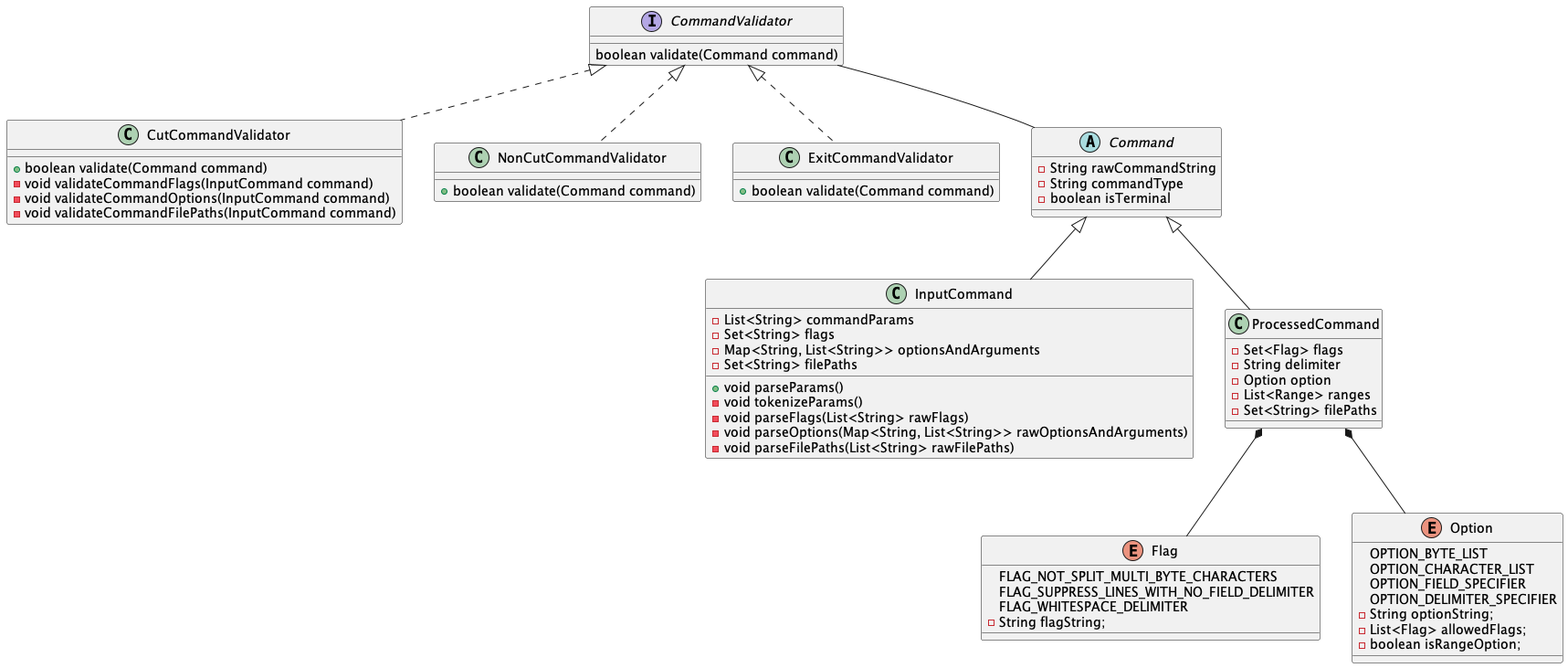
The PlantUML diagram uml/Validator.png in nagendar-pm/cut-command-line-tool, before a commit.
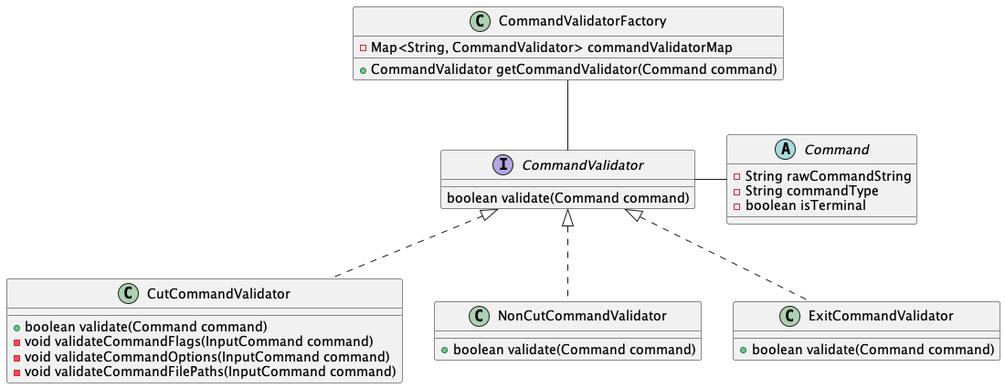
The same file after the commit.

What changed in the source:
```diff
@@ -19,53 +19,12 @@
 	+ boolean validate(Command command)
 }
 
-abstract class Command {
-	- String rawCommandString
-	- String commandType
-	- boolean isTerminal
-}
 
-class InputCommand extends Command{
-	- List<String> commandParams
-	- Set<String> flags
-	- Map<String, List<String>> optionsAndArguments
-	- Set<String> filePaths
+CommandValidator -right- Command
 
-	+ void parseParams()
-	- void tokenizeParams()
-	- void parseFlags(List<String> rawFlags)
-	- void parseOptions(Map<String, List<String>> rawOptionsAndArguments)
-	- void parseFilePaths(List<String> rawFilePaths)
-}
+!include Command.iuml!0
 
-class ProcessedCommand extends Command{
-	- Set<Flag> flags
-	- String delimiter
-	- Option option
-	- List<Range> ranges
-	- Set<String> filePaths
-}
+!include Factory.iuml!0
 
-enum Flag {
-	FLAG_NOT_SPLIT_MULTI_BYTE_CHARACTERS
-	FLAG_SUPPRESS_LINES_WITH_NO_FIELD_DELIMITER
-	FLAG_WHITESPACE_DELIMITER
-	- String flagString;
-}
-
-enum Option {
-	OPTION_BYTE_LIST
-	OPTION_CHARACTER_LIST
-	OPTION_FIELD_SPECIFIER
-	OPTION_DELIMITER_SPECIFIER
-	- String optionString;
-	- List<Flag> allowedFlags;
-	- boolean isRangeOption;
-}
-
-ProcessedCommand *-- Flag
-ProcessedCommand *-- Option
-
-CommandValidator -- Command
-
+CommandValidatorFactory -- CommandValidator
 @enduml
```
